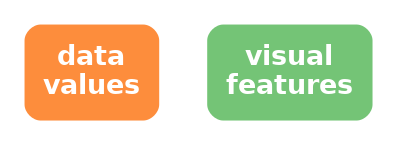
The Graphviz diagram Diagrams/vis-clutter.png in pmur002/hdvw, before a commit. Its source is kept beside it as Diagrams/vis-clutter.dot.
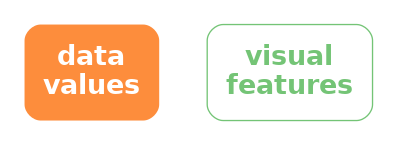
Later version of the same file.

Diff of the diagram source:
```diff
@@ -3,6 +3,6 @@
   node [ fontsize=20; fontname="sans bold"; margin=.2 ];
   data [ label="data\nvalues"; shape=box; style="filled, rounded"; penwidth=0; fontcolor=white; fillcolor="#FD8D3C" ]
   vis [ label="visual\nfeatures"; shape=box;
-     style="filled, rounded"; penwidth=0; fontcolor=white; fillcolor="#74C476" ]
-  data -> vis [ color="#FD8D3C;0.1:#EE9342;0.1:#DF9949;0.1:#CF9F4F;0.1:#C0A556;0.1:#B1AC5C;0.1:#A2B263;0.1:#92B869;0.1:#83BE70;0.1:#74C476;0.1" ] [ style="invis" ]
+     style="rounded"; color="#74C476"; fontcolor="#74C476" ]
+  data -> vis [ style="bold"; penwidth=1; color="#FD8D3C;0.1:#EE9342;0.1:#DF9949;0.1:#CF9F4F;0.1:#C0A556;0.1:#B1AC5C;0.1:#A2B263;0.1:#92B869;0.1:#83BE70;0.1:#74C476;0.1" ] [ style="invis" ]
 }
```
